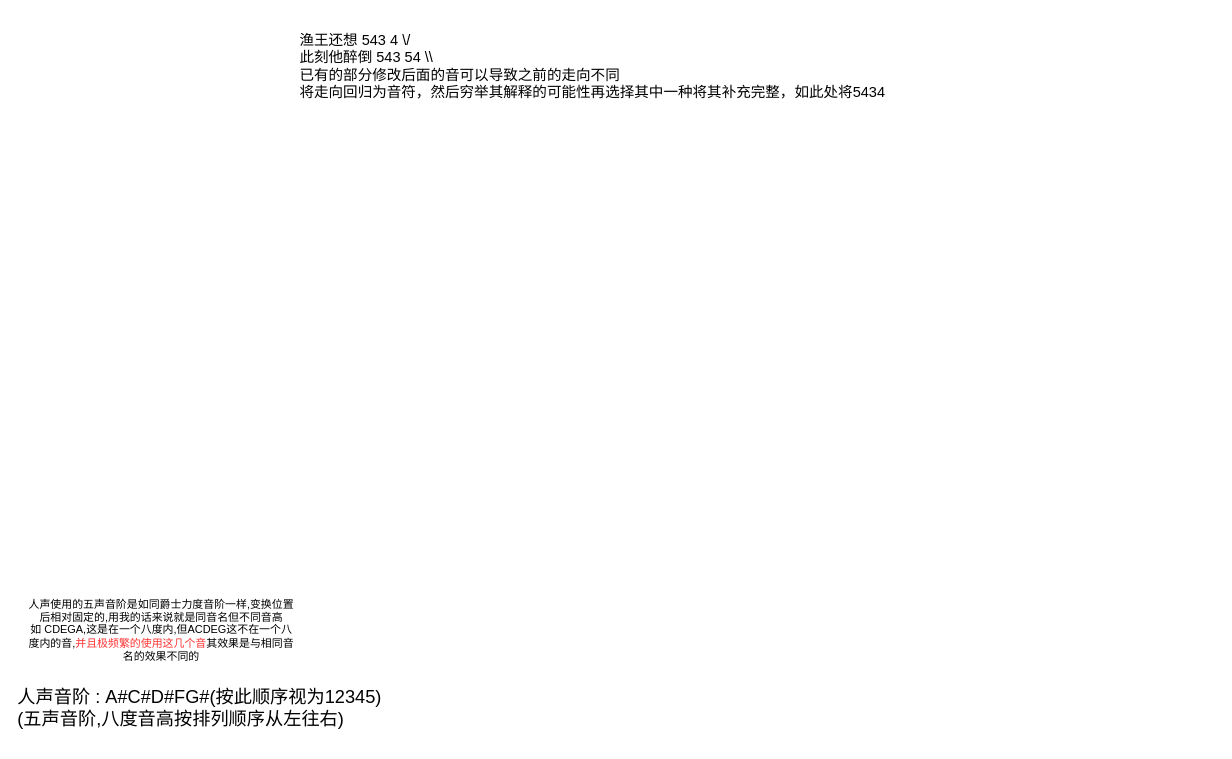
Earlier version of the draw.io diagram 大石碎胸口.drawio (Sme11s/liketeenspirit). Source tidied: cells renumbered, new cells numbered last; positions are measured from the earlier drawing's top-left corner, leaving out a move shared by most shapes. Both pictures are drawn from the tidied source at 91%, with x=0, y=0 at pixel (15, 15).
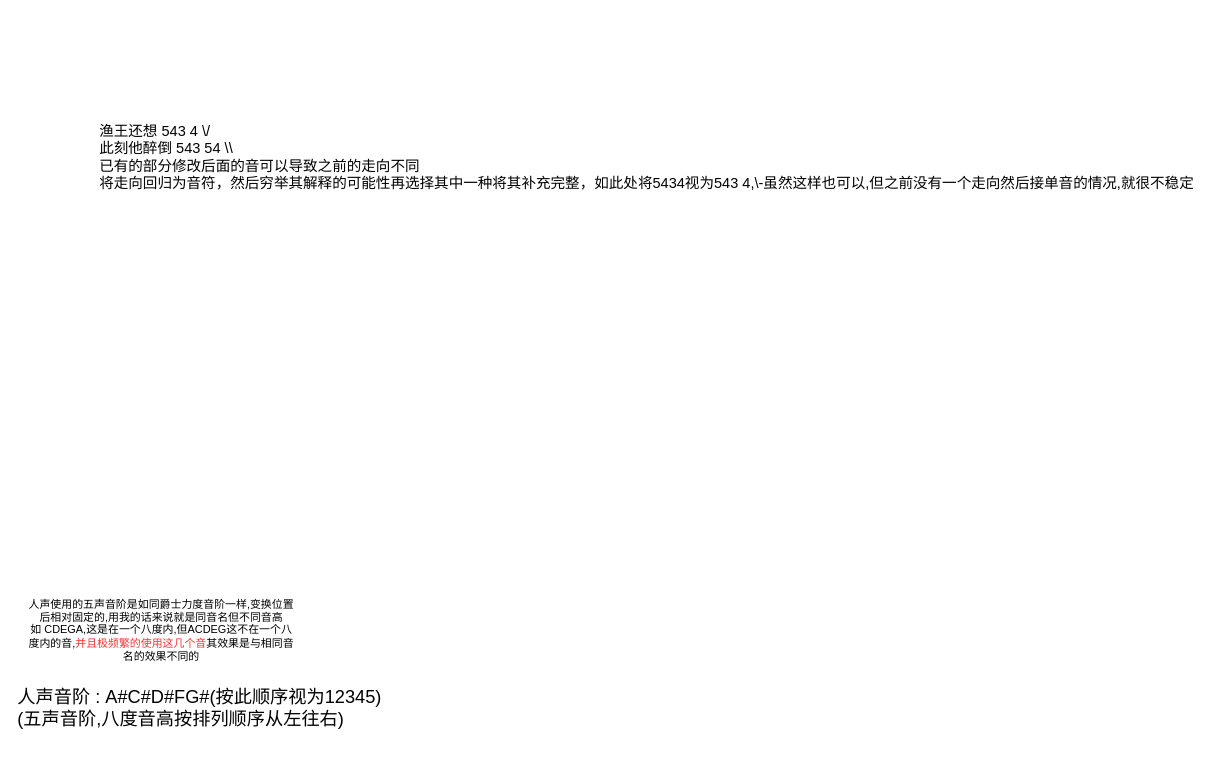
The same diagram, later.

Commit message:
更新大石碎胸口.drawio

Change to the diagram source:
```diff
@@
 <mxGraphModel>
   <root>
     <mxCell id="0" />
     <mxCell id="1" parent="0" />
     <mxCell id="2" value="&lt;div&gt;人声使用的五声音阶是如同爵士力度音阶一样,变换位置后相对固定的,用我的话来说就是同音名但不同音高&lt;/div&gt;&lt;div&gt;如&lt;span style=&quot;white-space: pre;&quot;&gt; &lt;/span&gt;CDEGA,这是在一个八度内,但ACDEG这不在一个八度内的音,&lt;font color=&quot;#ff3333&quot;&gt;并且极频繁的使用这几个音&lt;/font&gt;其效果是与相同音名的效果不同的&lt;/div&gt;" style="text;html=1;strokeColor=none;fillColor=none;align=center;verticalAlign=middle;whiteSpace=wrap;rounded=0;" parent="1" vertex="1">
       <mxGeometry x="10" y="660" width="300" height="30" as="geometry" />
     </mxCell>
     <mxCell id="3" value="&lt;div style=&quot;font-size: 20px;&quot;&gt;&lt;font style=&quot;font-size: 20px;&quot;&gt;人声音阶 : A#C#D#FG#(按此顺序视为12345)&lt;/font&gt;&lt;/div&gt;&lt;div style=&quot;font-size: 20px;&quot;&gt;&lt;font style=&quot;font-size: 20px;&quot;&gt;(五声音阶,八度音高按排列顺序从左往右)&lt;/font&gt;&lt;/div&gt;" style="text;html=1;align=left;verticalAlign=middle;strokeColor=none;fillColor=none;" parent="1" vertex="1">
       <mxGeometry y="720" width="540" height="80" as="geometry" />
     </mxCell>
-    <mxCell id="4" value="&lt;div&gt;渔王还想 543 4 \/&lt;/div&gt;&lt;div&gt;此刻他醉倒 543 54 \\&lt;/div&gt;&lt;div&gt;已有的部分修改后面的音可以导致之前的走向不同&lt;/div&gt;&lt;div&gt;将走向回归为音符，然后穷举其解释的可能性再选择其中一种将其补充完整，如此处将5434&lt;br&gt;&lt;/div&gt;" style="text;html=1;align=left;verticalAlign=middle;strokeColor=none;fillColor=none;fontSize=16;" parent="1" vertex="1">
-      <mxGeometry x="310" width="860" height="110" as="geometry" />
+    <mxCell id="4" value="&lt;div&gt;渔王还想 543 4 \/&lt;/div&gt;&lt;div&gt;此刻他醉倒 543 54 \\&lt;/div&gt;&lt;div&gt;已有的部分修改后面的音可以导致之前的走向不同&lt;/div&gt;&lt;div&gt;将走向回归为音符，然后穷举其解释的可能性再选择其中一种将其补充完整，如此处将5434视为543 4,\-虽然这样也可以,但之前没有一个走向然后接单音的情况,就很不稳定&lt;br&gt;&lt;/div&gt;" style="text;html=1;align=left;verticalAlign=middle;strokeColor=none;fillColor=none;fontSize=16;" parent="1" vertex="1">
+      <mxGeometry x="90" y="110" width="1230" height="90" as="geometry" />
     </mxCell>
   </root>
 </mxGraphModel>
```
